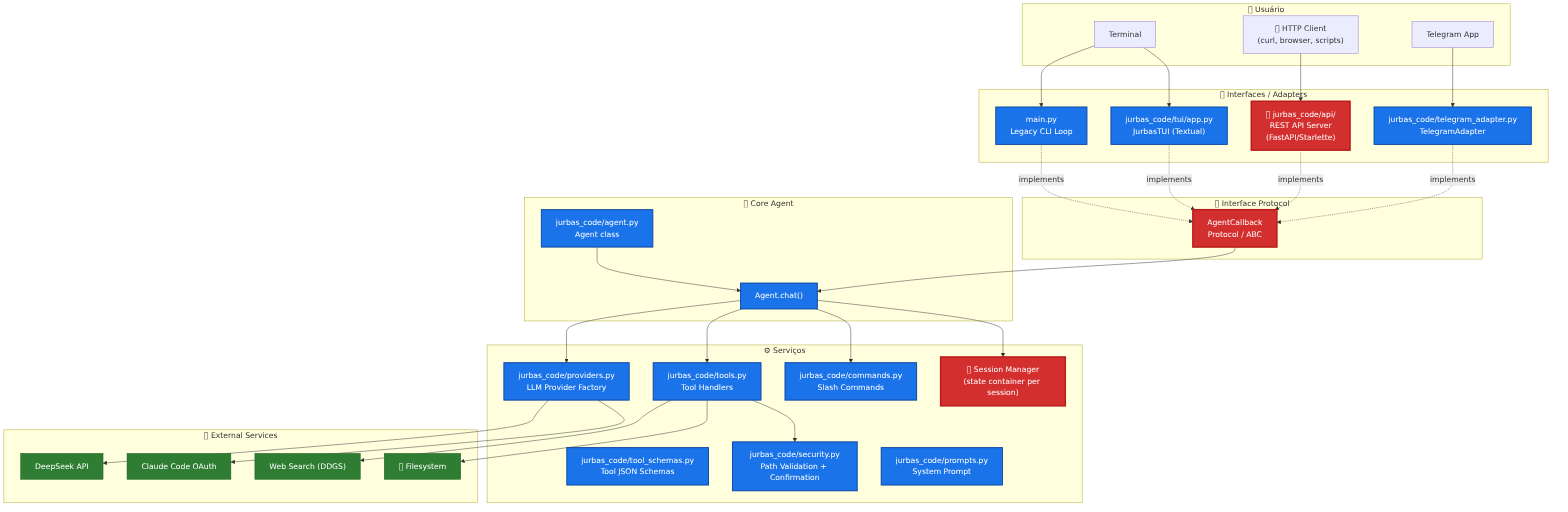
Earlier version of the Mermaid export docs/architecture.png (jurbasgames/Jurbas-Code). Its source is kept beside it as docs/architecture.mmd.
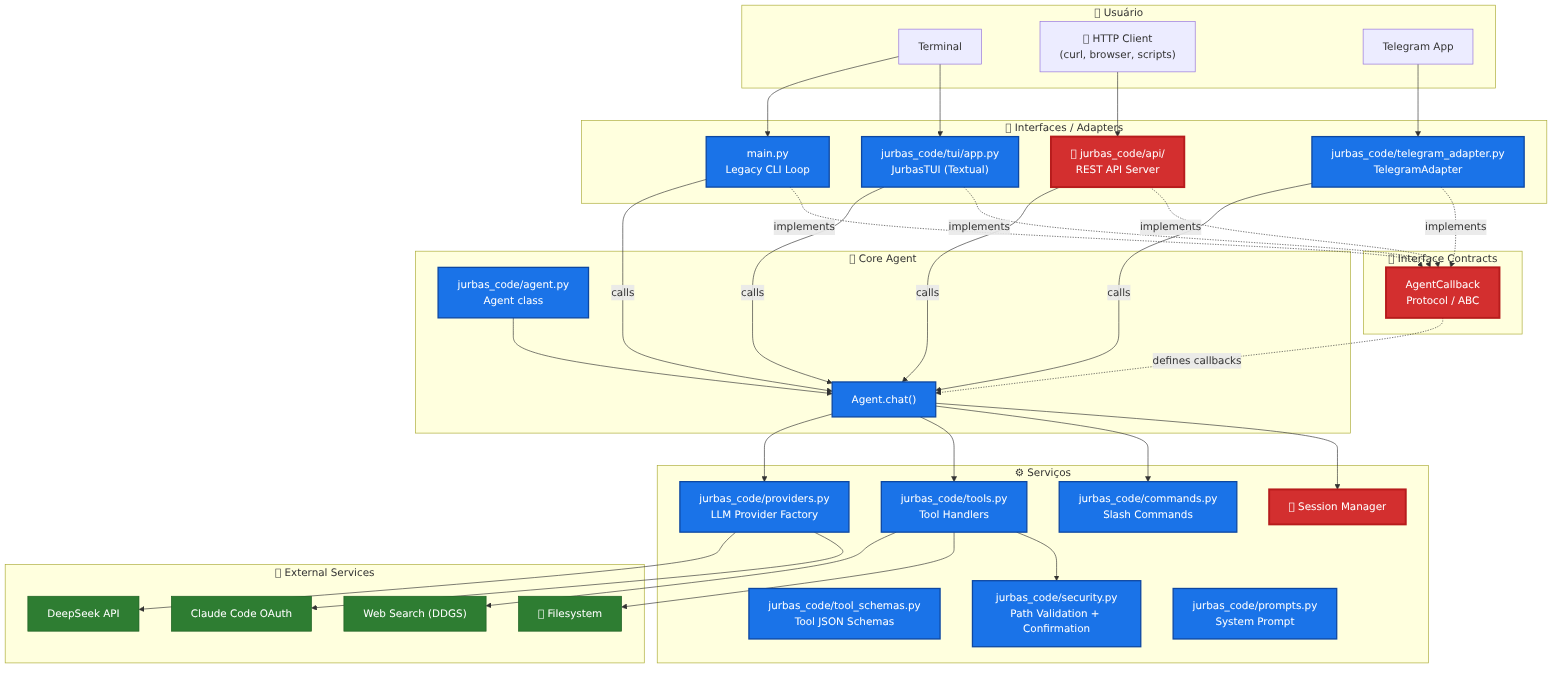
After the change.

Commit message:
fix: correct diagram flow per AGY review

- Interfaces call Agent.chat() directly (they are the callers)
- Protocol defines callbacks used by Agent.chat()
- architecture.md: English section title, add planned-components note

Diff of the diagram source:
```diff
@@ -10,10 +10,10 @@
         CLI["main.py<br/>Legacy CLI Loop"]
         TUI["jurbas_code/tui/app.py<br/>JurbasTUI (Textual)"]
         TG["jurbas_code/telegram_adapter.py<br/>TelegramAdapter"]
-        API["🆕 jurbas_code/api/<br/>REST API Server<br/>(FastAPI/Starlette)"]
+        API["🆕 jurbas_code/api/<br/>REST API Server"]
     end
 
-    subgraph IFACE_PROTOCOL["🔌 Interface Protocol"]
+    subgraph CONTRACTS["🔌 Interface Contracts"]
         PROTO["AgentCallback<br/>Protocol / ABC"]
     end
 
@@ -29,7 +29,7 @@
         SEC["jurbas_code/security.py<br/>Path Validation + Confirmation"]
         PROMPTS["jurbas_code/prompts.py<br/>System Prompt"]
         CMDS["jurbas_code/commands.py<br/>Slash Commands"]
-        SESSION_MGR["🆕 Session Manager<br/>(state container per session)"]
+        SESSION_MGR["🆕 Session Manager"]
     end
 
     subgraph External["🌐 External Services"]
@@ -44,12 +44,17 @@
     U2 --> API
     U3 --> TG
 
+    CLI -->|calls| AGENT_CHAT
+    TUI -->|calls| AGENT_CHAT
+    TG -->|calls| AGENT_CHAT
+    API -->|calls| AGENT_CHAT
+
     CLI -.->|implements| PROTO
     TUI -.->|implements| PROTO
     TG -.->|implements| PROTO
     API -.->|implements| PROTO
 
-    PROTO --> AGENT_CHAT
+    PROTO -.->|defines callbacks| AGENT_CHAT
 
     AGENT --> AGENT_CHAT
     AGENT_CHAT --> PROV
```
